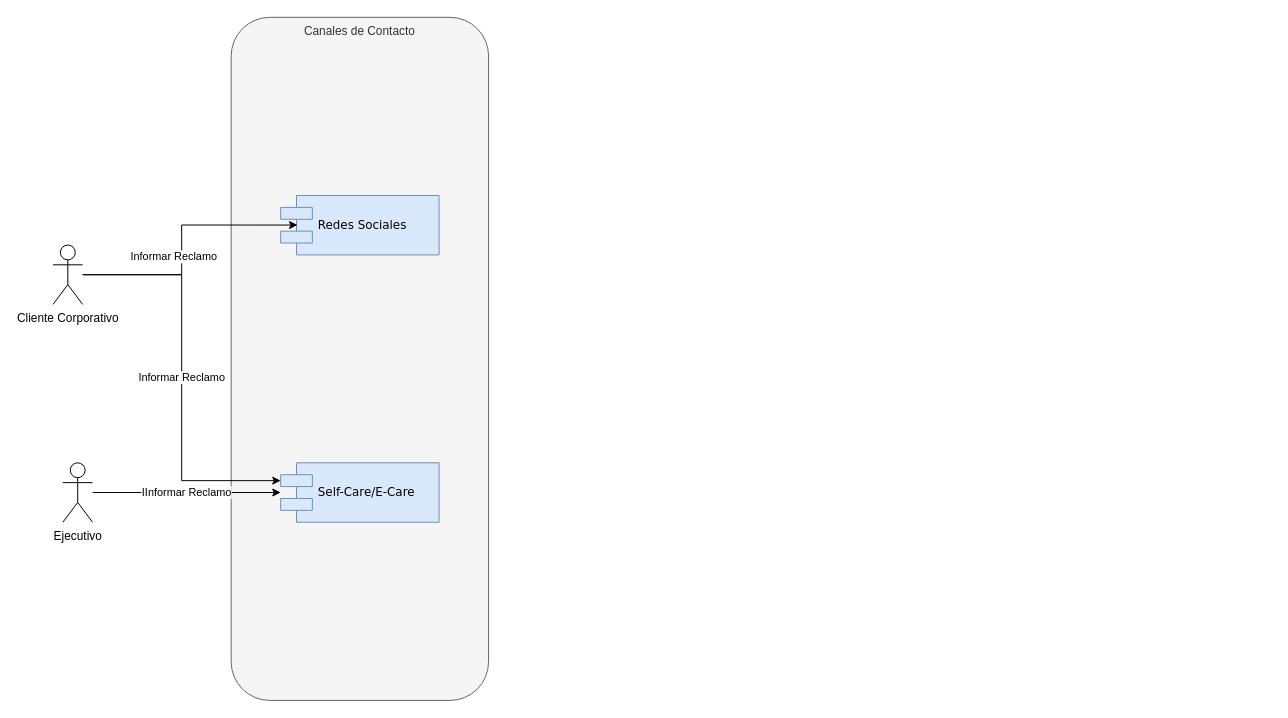
Above: WebTicketing.drawio in ascialpiTEF/publicAscialpiTEF (draw.io), before the change. Source tidied: cells renumbered, new cells numbered last; positions are measured from the earlier drawing's top-left corner, leaving out a move shared by most shapes. Both pictures are drawn from the tidied source at 99%, with x=0, y=0 at pixel (52, 17).
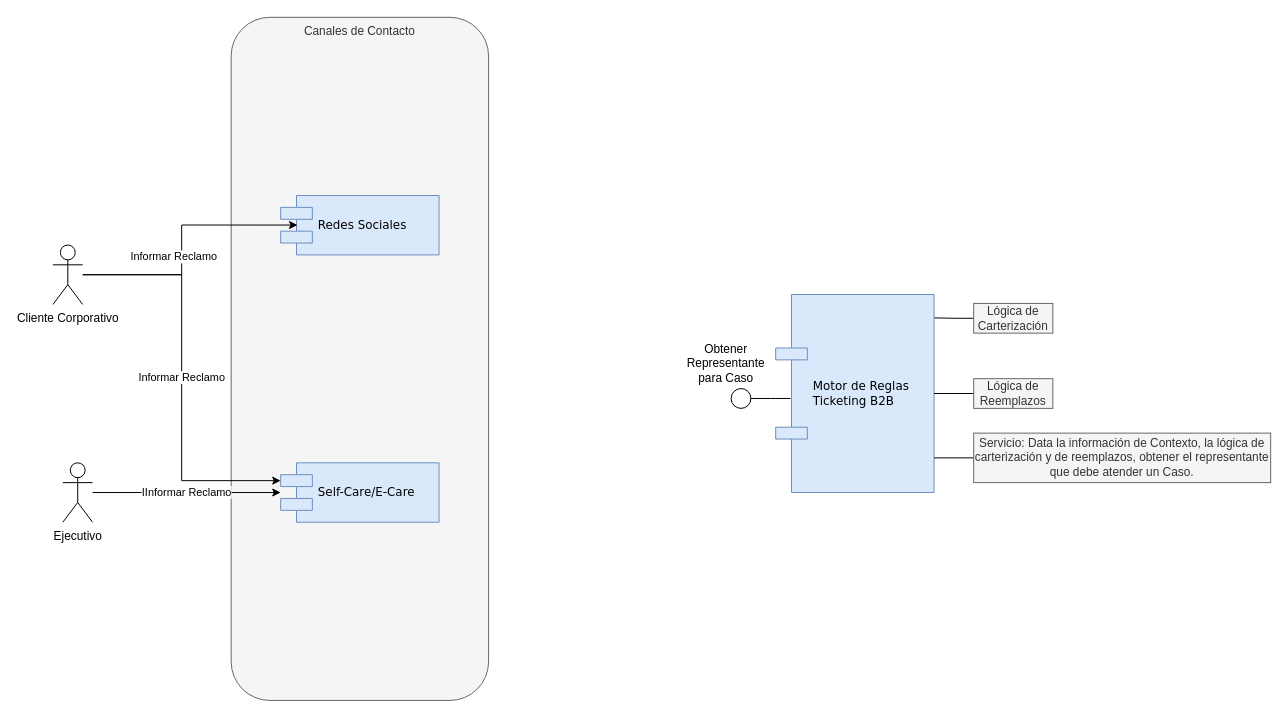
Above is the later version.

The edit, as a diff of the source:
```diff
@@
+    <mxCell id="11" value="Motor de Reglas &lt;br&gt;Ticketing B2B" style="shape=component;align=left;spacingLeft=36;rounded=0;shadow=0;comic=0;labelBackgroundColor=none;strokeWidth=1;fontFamily=Verdana;fontSize=12;html=1;fillColor=#dae8fc;strokeColor=#6c8ebf;" parent="1" vertex="1">
+      <mxGeometry x="730" y="280" width="160" height="200" as="geometry" />
+    </mxCell>
+    <mxCell id="12" style="edgeStyle=orthogonalEdgeStyle;rounded=0;jettySize=auto;html=1;entryX=1.002;entryY=0.118;entryDx=0;entryDy=0;entryPerimeter=0;endArrow=none;endFill=0;" parent="1" edge="1" source="13" target="11">
+      <mxGeometry relative="1" as="geometry" />
+    </mxCell>
+    <mxCell id="13" value="Lógica de Carterización" style="text;html=1;strokeColor=#666666;fillColor=#f5f5f5;align=center;verticalAlign=middle;whiteSpace=wrap;rounded=0;fontColor=#333333;" parent="1" vertex="1">
+      <mxGeometry x="930" y="289" width="80" height="30" as="geometry" />
+    </mxCell>
+    <mxCell id="14" style="edgeStyle=orthogonalEdgeStyle;rounded=0;jettySize=auto;html=1;endArrow=none;endFill=0;" parent="1" edge="1" source="15" target="11">
+      <mxGeometry relative="1" as="geometry" />
+    </mxCell>
+    <mxCell id="15" value="Lógica de Reemplazos" style="text;html=1;strokeColor=#666666;fillColor=#f5f5f5;align=center;verticalAlign=middle;whiteSpace=wrap;rounded=0;fontColor=#333333;" parent="1" vertex="1">
+      <mxGeometry x="930" y="365" width="80" height="30" as="geometry" />
+    </mxCell>
+    <mxCell id="16" style="edgeStyle=orthogonalEdgeStyle;rounded=0;jettySize=auto;html=1;entryX=1;entryY=0.825;entryDx=0;entryDy=0;endArrow=none;endFill=0;entryPerimeter=0;" parent="1" edge="1" source="17" target="11">
+      <mxGeometry relative="1" as="geometry" />
+    </mxCell>
+    <mxCell id="17" value="Servicio: Data la información de Contexto, la lógica de carterización y de reemplazos, obtener el representante que debe atender un Caso." style="text;html=1;strokeColor=#666666;fillColor=#f5f5f5;align=center;verticalAlign=middle;whiteSpace=wrap;rounded=0;fontColor=#333333;" parent="1" vertex="1">
+      <mxGeometry x="930" y="420" width="300" height="50" as="geometry" />
+    </mxCell>
+    <mxCell id="18" style="ellipse;whiteSpace=wrap;html=1;rounded=0;shadow=0;comic=0;labelBackgroundColor=none;strokeWidth=1;fontFamily=Verdana;fontSize=12;align=center;" parent="1" vertex="1">
+      <mxGeometry x="685" y="375" width="20" height="20" as="geometry" />
+    </mxCell>
+    <mxCell id="19" style="edgeStyle=elbowEdgeStyle;rounded=0;html=1;labelBackgroundColor=none;startArrow=none;startFill=0;startSize=8;endArrow=none;endFill=0;endSize=16;fontFamily=Verdana;fontSize=12;" parent="1" edge="1" source="18">
+      <mxGeometry relative="1" as="geometry">
+        <mxPoint x="745" y="385" as="targetPoint" />
+      </mxGeometry>
+    </mxCell>
+    <mxCell id="20" value="Obtener Representante para Caso" style="text;html=1;strokeColor=none;fillColor=none;align=center;verticalAlign=middle;whiteSpace=wrap;rounded=0;" parent="1" vertex="1">
+      <mxGeometry x="650" y="335" width="60" height="30" as="geometry" />
+    </mxCell>
```
